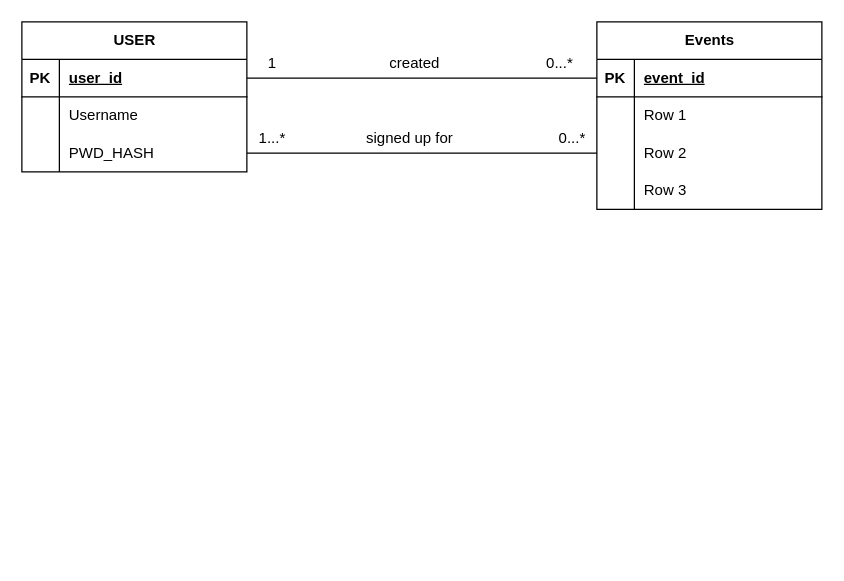
The draw.io diagram Navrh/Diagramy/database.drawio in RatsAreNice/ITU-2023, before the edit. Source tidied: cells renumbered, new cells numbered last; positions are measured from the earlier drawing's top-left corner, leaving out a move shared by most shapes. Both pictures are drawn from the tidied source at 125%, with x=0, y=0 at pixel (21, 21).
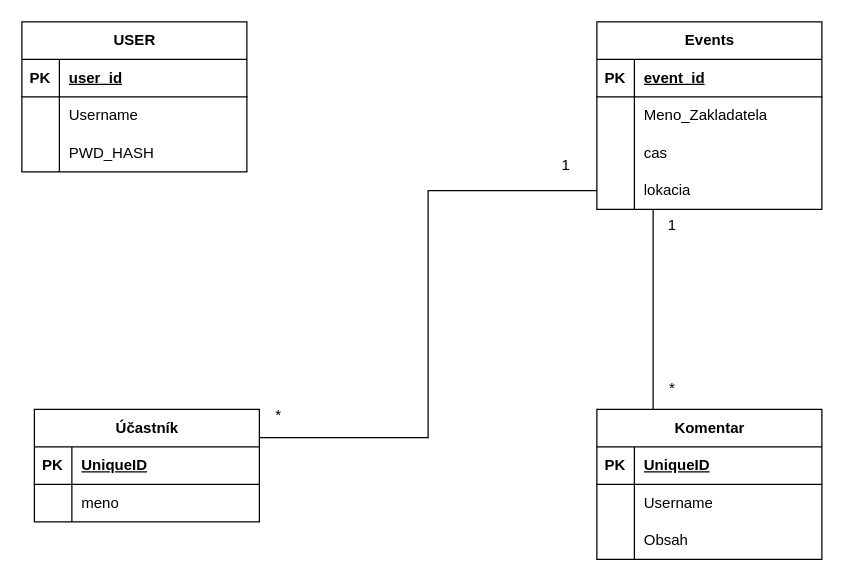
The same page after the edit.

Unchanged cells that the change refers to:
```xml
<mxCell id="3" style="shape=tableRow;horizontal=0;startSize=0;swimlaneHead=0;swimlaneBody=0;fillColor=none;points=[[0,0.5],[1,0.5]];portConstraint=eastwest;top=0;left=0;right=0;bottom=1;" parent="2" vertex="1">
  <mxGeometry y="30" width="180" height="30" as="geometry" />
</mxCell>
<mxCell id="9" style="shape=tableRow;horizontal=0;startSize=0;swimlaneHead=0;swimlaneBody=0;fillColor=none;points=[[0,0.5],[1,0.5]];portConstraint=eastwest;top=0;left=0;right=0;bottom=0;" parent="2" vertex="1">
  <mxGeometry y="90" width="180" height="30" as="geometry" />
</mxCell>
<mxCell id="12" value="Events" style="shape=table;startSize=30;childLayout=tableLayout;rowLines=0;fontStyle=1;align=center;html=1;" parent="1" vertex="1">
  <mxGeometry x="460" width="180" height="150" as="geometry" />
</mxCell>
<mxCell id="13" style="shape=tableRow;horizontal=0;startSize=0;swimlaneHead=0;swimlaneBody=0;fillColor=none;points=[[0,0.5],[1,0.5]];portConstraint=eastwest;top=0;left=0;right=0;bottom=1;" parent="12" vertex="1">
  <mxGeometry y="30" width="180" height="30" as="geometry" />
</mxCell>
<mxCell id="16" style="shape=tableRow;horizontal=0;startSize=0;swimlaneHead=0;swimlaneBody=0;fillColor=none;top=0;left=0;right=0;bottom=0;" parent="12" vertex="1">
  <mxGeometry y="60" width="180" height="30" as="geometry" />
</mxCell>
<mxCell id="19" style="shape=tableRow;horizontal=0;startSize=0;swimlaneHead=0;swimlaneBody=0;fillColor=none;points=[[0,0.5],[1,0.5]];portConstraint=eastwest;top=0;left=0;right=0;bottom=0;" parent="12" vertex="1">
  <mxGeometry y="90" width="180" height="30" as="geometry" />
</mxCell>
<mxCell id="22" style="shape=tableRow;horizontal=0;startSize=0;swimlaneHead=0;swimlaneBody=0;fillColor=none;points=[[0,0.5],[1,0.5]];portConstraint=eastwest;top=0;left=0;right=0;bottom=0;" parent="12" vertex="1">
  <mxGeometry y="120" width="180" height="30" as="geometry" />
</mxCell>
```

Change to the diagram source:
```diff
@@
+    <mxCell id="33" style="edgeStyle=orthogonalEdgeStyle;rounded=0;jettySize=auto;html=1;exitX=0.25;exitY=1;exitDx=0;exitDy=0;entryX=0.25;entryY=0;entryDx=0;entryDy=0;endArrow=none;endFill=0;" parent="1" edge="1" source="12" target="34">
+      <mxGeometry relative="1" as="geometry" />
+    </mxCell>
@@
-    <mxCell id="18" value="Row 1" style="shape=partialRectangle;fillColor=none;top=0;left=0;bottom=0;right=0;align=left;spacingLeft=6;overflow=hidden;whiteSpace=wrap;html=1;" parent="16" vertex="1">
+    <mxCell id="18" value="Meno_Zakladatela" style="shape=partialRectangle;fillColor=none;top=0;left=0;bottom=0;right=0;align=left;spacingLeft=6;overflow=hidden;whiteSpace=wrap;html=1;" parent="16" vertex="1">
       <mxGeometry x="30" width="150" height="30" as="geometry" />
     </mxCell>
@@
-    <mxCell id="21" value="Row 2" style="shape=partialRectangle;fillColor=none;top=0;left=0;bottom=0;right=0;align=left;spacingLeft=6;overflow=hidden;whiteSpace=wrap;html=1;" parent="19" vertex="1">
+    <mxCell id="21" value="cas" style="shape=partialRectangle;fillColor=none;top=0;left=0;bottom=0;right=0;align=left;spacingLeft=6;overflow=hidden;whiteSpace=wrap;html=1;" parent="19" vertex="1">
       <mxGeometry x="30" width="150" height="30" as="geometry" />
     </mxCell>
@@
-    <mxCell id="24" value="Row 3" style="shape=partialRectangle;fillColor=none;top=0;left=0;bottom=0;right=0;align=left;spacingLeft=6;overflow=hidden;whiteSpace=wrap;html=1;" parent="22" vertex="1">
+    <mxCell id="24" value="lokacia" style="shape=partialRectangle;fillColor=none;top=0;left=0;bottom=0;right=0;align=left;spacingLeft=6;overflow=hidden;whiteSpace=wrap;html=1;" parent="22" vertex="1">
       <mxGeometry x="30" width="150" height="30" as="geometry" />
     </mxCell>
-    <mxCell id="25" style="edgeStyle=orthogonalEdgeStyle;rounded=0;jettySize=auto;html=1;exitX=1;exitY=0.5;exitDx=0;exitDy=0;entryX=0;entryY=0.5;entryDx=0;entryDy=0;endArrow=none;endFill=0;" parent="1" edge="1" source="3" target="13">
-      <mxGeometry relative="1" as="geometry" />
-    </mxCell>
-    <mxCell id="26" value="&lt;div&gt;created&lt;/div&gt;&lt;div&gt;&lt;br&gt;&lt;/div&gt;" style="text;html=1;align=center;verticalAlign=middle;strokeColor=none;fillColor=none;" parent="1" vertex="1">
-      <mxGeometry x="284" y="20" width="60" height="40" as="geometry" />
-    </mxCell>
-    <mxCell id="27" value="1" style="text;html=1;align=center;verticalAlign=middle;strokeColor=none;fillColor=none;" parent="1" vertex="1">
-      <mxGeometry x="185" y="18" width="30" height="30" as="geometry" />
-    </mxCell>
-    <mxCell id="28" value="0...*" style="text;html=1;align=center;verticalAlign=middle;strokeColor=none;fillColor=none;" parent="1" vertex="1">
-      <mxGeometry x="410" y="18" width="40" height="30" as="geometry" />
-    </mxCell>
-    <mxCell id="29" style="edgeStyle=orthogonalEdgeStyle;rounded=0;jettySize=auto;html=1;exitX=1;exitY=0.5;exitDx=0;exitDy=0;entryX=0;entryY=0.5;entryDx=0;entryDy=0;endArrow=none;endFill=0;" parent="1" edge="1" source="9" target="19">
-      <mxGeometry relative="1" as="geometry" />
-    </mxCell>
-    <mxCell id="30" value="signed up for" style="text;html=1;align=center;verticalAlign=middle;strokeColor=none;fillColor=none;" parent="1" vertex="1">
-      <mxGeometry x="260" y="78" width="100" height="30" as="geometry" />
-    </mxCell>
-    <mxCell id="31" value="1...*" style="text;html=1;align=center;verticalAlign=middle;strokeColor=none;fillColor=none;" parent="1" vertex="1">
-      <mxGeometry x="180" y="78" width="40" height="30" as="geometry" />
-    </mxCell>
-    <mxCell id="32" value="0...*" style="text;html=1;align=center;verticalAlign=middle;strokeColor=none;fillColor=none;" parent="1" vertex="1">
-      <mxGeometry x="420" y="78" width="40" height="30" as="geometry" />
-    </mxCell>
+    <mxCell id="34" value="Komentar" style="shape=table;startSize=30;childLayout=tableLayout;rowLines=0;fontStyle=1;align=center;html=1;" parent="1" vertex="1">
+      <mxGeometry x="460" y="310" width="180" height="120" as="geometry" />
+    </mxCell>
+    <mxCell id="35" style="shape=tableRow;horizontal=0;startSize=0;swimlaneHead=0;swimlaneBody=0;fillColor=none;top=0;left=0;right=0;bottom=1;" parent="34" vertex="1">
+      <mxGeometry y="30" width="180" height="30" as="geometry" />
+    </mxCell>
+    <mxCell id="36" value="PK" style="shape=partialRectangle;fillColor=none;top=0;left=0;bottom=0;right=0;fontStyle=1;overflow=hidden;whiteSpace=wrap;html=1;" parent="35" vertex="1">
+      <mxGeometry width="30" height="30" as="geometry" />
+    </mxCell>
+    <mxCell id="37" value="UniqueID" style="shape=partialRectangle;fillColor=none;top=0;left=0;bottom=0;right=0;align=left;spacingLeft=6;fontStyle=5;overflow=hidden;whiteSpace=wrap;html=1;" parent="35" vertex="1">
+      <mxGeometry x="30" width="150" height="30" as="geometry" />
+    </mxCell>
+    <mxCell id="38" style="shape=tableRow;horizontal=0;startSize=0;swimlaneHead=0;swimlaneBody=0;fillColor=none;top=0;left=0;right=0;bottom=0;" parent="34" vertex="1">
+      <mxGeometry y="60" width="180" height="30" as="geometry" />
+    </mxCell>
+    <mxCell id="39" style="shape=partialRectangle;fillColor=none;top=0;left=0;bottom=0;right=0;overflow=hidden;whiteSpace=wrap;html=1;" parent="38" vertex="1">
+      <mxGeometry width="30" height="30" as="geometry" />
+    </mxCell>
+    <mxCell id="40" value="Username" style="shape=partialRectangle;fillColor=none;top=0;left=0;bottom=0;right=0;align=left;spacingLeft=6;overflow=hidden;whiteSpace=wrap;html=1;" parent="38" vertex="1">
+      <mxGeometry x="30" width="150" height="30" as="geometry" />
+    </mxCell>
+    <mxCell id="41" style="shape=tableRow;horizontal=0;startSize=0;swimlaneHead=0;swimlaneBody=0;fillColor=none;top=0;left=0;right=0;bottom=0;" parent="34" vertex="1">
+      <mxGeometry y="90" width="180" height="30" as="geometry" />
+    </mxCell>
+    <mxCell id="42" style="shape=partialRectangle;fillColor=none;top=0;left=0;bottom=0;right=0;overflow=hidden;whiteSpace=wrap;html=1;" parent="41" vertex="1">
+      <mxGeometry width="30" height="30" as="geometry" />
+    </mxCell>
+    <mxCell id="43" value="Obsah" style="shape=partialRectangle;fillColor=none;top=0;left=0;bottom=0;right=0;align=left;spacingLeft=6;overflow=hidden;whiteSpace=wrap;html=1;" parent="41" vertex="1">
+      <mxGeometry x="30" width="150" height="30" as="geometry" />
+    </mxCell>
+    <mxCell id="44" value="1" style="text;html=1;align=center;verticalAlign=middle;strokeColor=none;fillColor=none;" parent="1" vertex="1">
+      <mxGeometry x="505" y="148" width="30" height="30" as="geometry" />
+    </mxCell>
+    <mxCell id="45" value="*" style="text;html=1;align=center;verticalAlign=middle;strokeColor=none;fillColor=none;" parent="1" vertex="1">
+      <mxGeometry x="505" y="278" width="30" height="30" as="geometry" />
+    </mxCell>
+    <mxCell id="46" value="Účastník" style="shape=table;startSize=30;childLayout=tableLayout;rowLines=0;fontStyle=1;align=center;html=1;" parent="1" vertex="1">
+      <mxGeometry x="10" y="310" width="180" height="90" as="geometry" />
+    </mxCell>
+    <mxCell id="47" style="shape=tableRow;horizontal=0;startSize=0;swimlaneHead=0;swimlaneBody=0;fillColor=none;top=0;left=0;right=0;bottom=1;" parent="46" vertex="1">
+      <mxGeometry y="30" width="180" height="30" as="geometry" />
+    </mxCell>
+    <mxCell id="48" value="PK" style="shape=partialRectangle;fillColor=none;top=0;left=0;bottom=0;right=0;fontStyle=1;overflow=hidden;whiteSpace=wrap;html=1;" parent="47" vertex="1">
+      <mxGeometry width="30" height="30" as="geometry" />
+    </mxCell>
+    <mxCell id="49" value="UniqueID" style="shape=partialRectangle;fillColor=none;top=0;left=0;bottom=0;right=0;align=left;spacingLeft=6;fontStyle=5;overflow=hidden;whiteSpace=wrap;html=1;" parent="47" vertex="1">
+      <mxGeometry x="30" width="150" height="30" as="geometry" />
+    </mxCell>
+    <mxCell id="50" style="shape=tableRow;horizontal=0;startSize=0;swimlaneHead=0;swimlaneBody=0;fillColor=none;top=0;left=0;right=0;bottom=0;" parent="46" vertex="1">
+      <mxGeometry y="60" width="180" height="30" as="geometry" />
+    </mxCell>
+    <mxCell id="51" style="shape=partialRectangle;fillColor=none;top=0;left=0;bottom=0;right=0;overflow=hidden;whiteSpace=wrap;html=1;" parent="50" vertex="1">
+      <mxGeometry width="30" height="30" as="geometry" />
+    </mxCell>
+    <mxCell id="52" value="meno" style="shape=partialRectangle;fillColor=none;top=0;left=0;bottom=0;right=0;align=left;spacingLeft=6;overflow=hidden;whiteSpace=wrap;html=1;" parent="50" vertex="1">
+      <mxGeometry x="30" width="150" height="30" as="geometry" />
+    </mxCell>
+    <mxCell id="53" style="edgeStyle=orthogonalEdgeStyle;rounded=0;jettySize=auto;html=1;exitX=0;exitY=0.5;exitDx=0;exitDy=0;entryX=1;entryY=0.25;entryDx=0;entryDy=0;endArrow=none;endFill=0;" parent="1" edge="1" source="22" target="46">
+      <mxGeometry relative="1" as="geometry" />
+    </mxCell>
+    <mxCell id="54" value="*" style="text;html=1;align=center;verticalAlign=middle;strokeColor=none;fillColor=none;" parent="1" vertex="1">
+      <mxGeometry x="190" y="300" width="30" height="30" as="geometry" />
+    </mxCell>
+    <mxCell id="55" value="1" style="text;html=1;align=center;verticalAlign=middle;strokeColor=none;fillColor=none;" parent="1" vertex="1">
+      <mxGeometry x="420" y="100" width="30" height="30" as="geometry" />
+    </mxCell>
```
